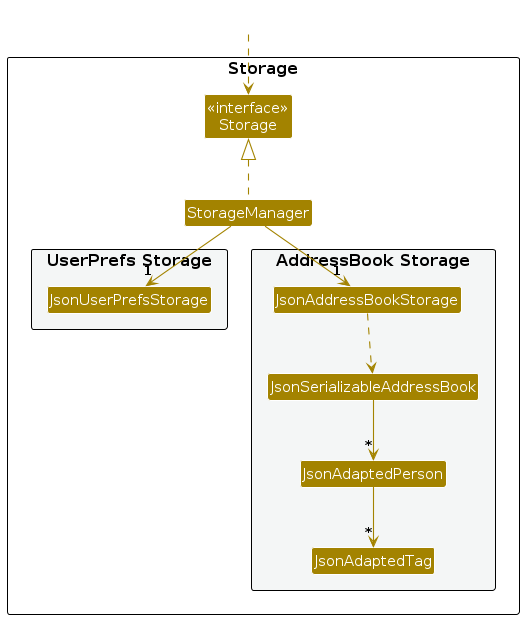
Earlier version of the PlantUML export diagrams/StorageClassDiagram.png (CJBuzz/tp). Its source is kept beside it as diagrams/StorageClassDiagram.puml.
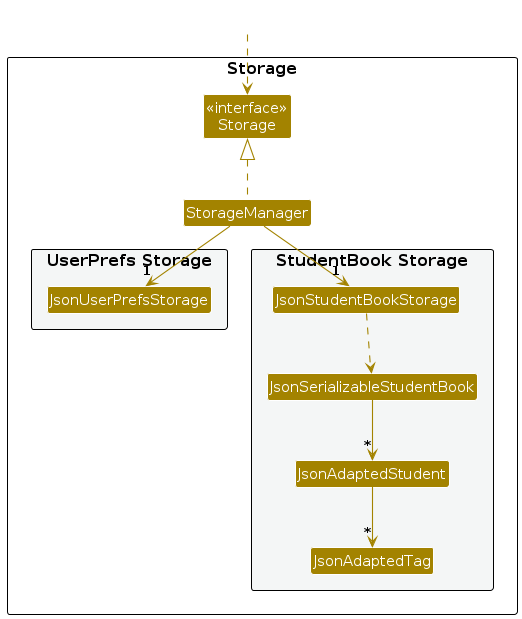
After the commit.

The edit, as a diff of the source:
```diff
@@ -13,10 +13,10 @@
 Class JsonUserPrefsStorage
 }
 
-package "AddressBook Storage" #F4F6F6{
-Class JsonAddressBookStorage
-Class JsonSerializableAddressBook
-Class JsonAdaptedPerson
+package "StudentBook Storage" #F4F6F6{
+Class JsonStudentBookStorage
+Class JsonSerializableStudentBook
+Class JsonAdaptedStudent
 Class JsonAdaptedTag
 }
 
@@ -27,10 +27,10 @@
 
 StorageManager .up.|> Storage
 StorageManager -down-> "1" JsonUserPrefsStorage
-StorageManager -down-> "1" JsonAddressBookStorage
+StorageManager -down-> "1" JsonStudentBookStorage
 
-JsonAddressBookStorage ..> JsonSerializableAddressBook
-JsonSerializableAddressBook --> "*" JsonAdaptedPerson
-JsonAdaptedPerson --> "*" JsonAdaptedTag
+JsonStudentBookStorage ..> JsonSerializableStudentBook
+JsonSerializableStudentBook --> "*" JsonAdaptedStudent
+JsonAdaptedStudent --> "*" JsonAdaptedTag
 
 @enduml
```
